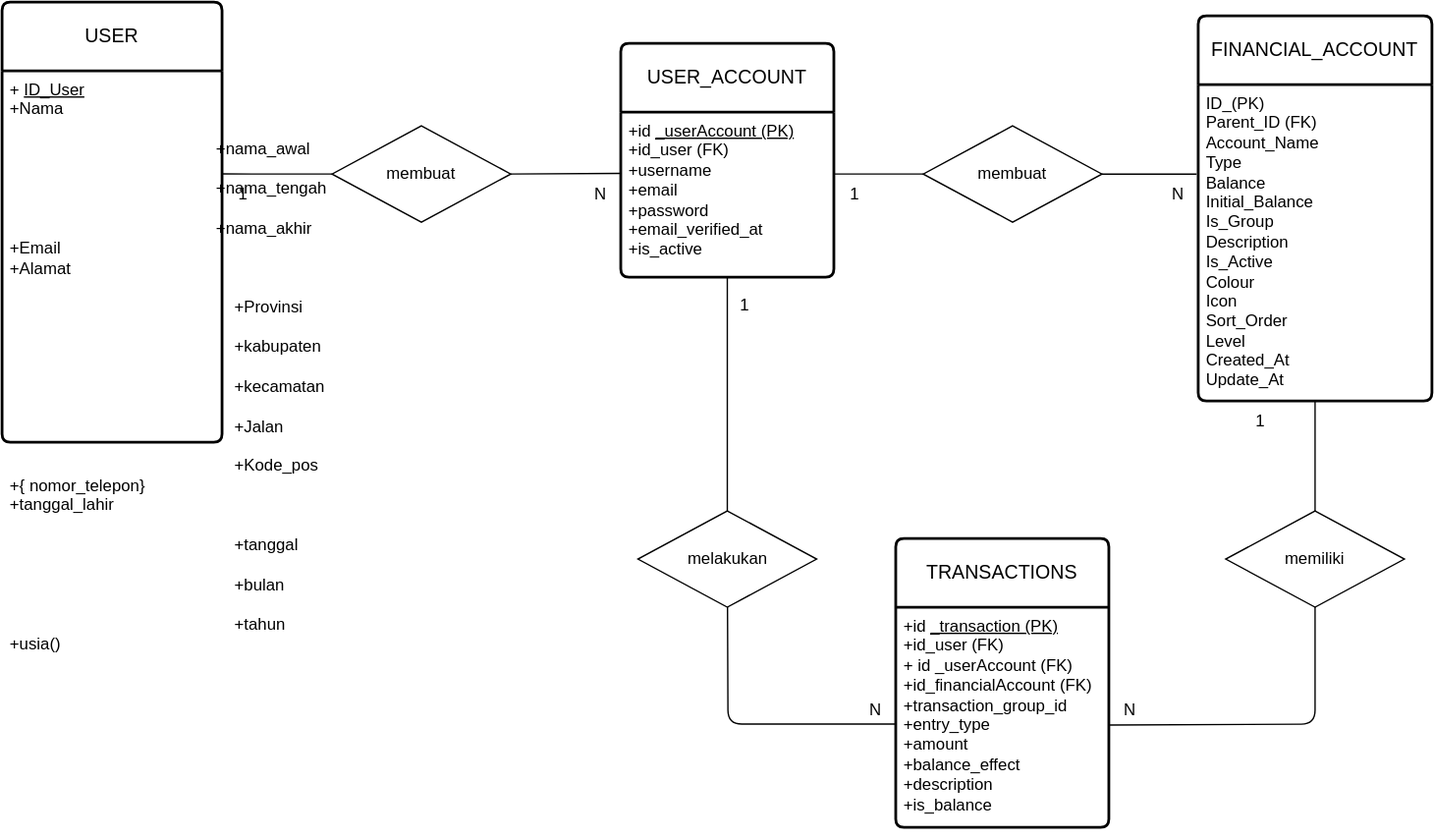
Earlier version of the draw.io export docs/erd.drawio.svg (ardiansyah-sweng/duweet). Source tidied: cells renumbered, new cells last; positions are measured from the earlier drawing's top-left corner, leaving out a move shared by most shapes.
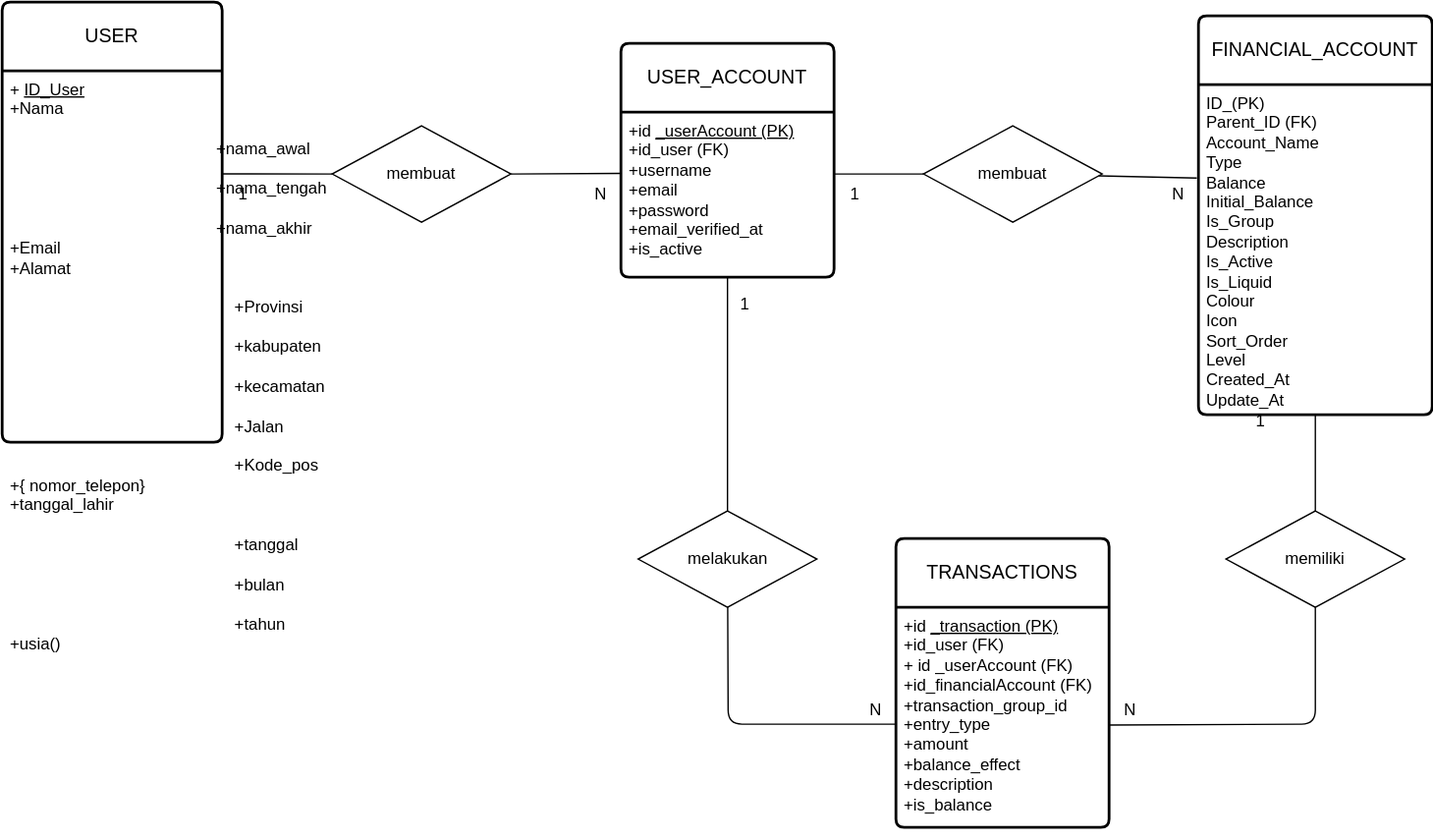
After the change.

Diff of the diagram source:
```diff
@@ -44,10 +44,10 @@
       <mxGeometry relative="1" as="geometry" />
     </mxCell>
     <mxCell id="15" value="FINANCIAL_ACCOUNT" style="swimlane;horizontal=1;startSize=50;rounded=1;fontSize=14;fontStyle=0;strokeWidth=2;shadow=0;dashed=0;align=center;arcSize=4;whiteSpace=wrap;html=1;" parent="1" vertex="1">
-      <mxGeometry x="870" y="10" width="170" height="280" as="geometry" />
+      <mxGeometry x="870" y="10" width="170" height="290" as="geometry" />
     </mxCell>
-    <mxCell id="16" value="&lt;div style=&quot;scrollbar-color: light-dark(#e2e2e2, #4b4b4b)&lt;br/&gt;&#9;&#9;&#9;&#9;&#9;light-dark(#fbfbfb, var(--dark-panel-color));&quot;&gt;&lt;font style=&quot;color: rgb(0, 0, 0);&quot;&gt;ID_(PK)&lt;/font&gt;&lt;/div&gt;&lt;div style=&quot;scrollbar-color: light-dark(#e2e2e2, #4b4b4b)&lt;br/&gt;&#9;&#9;&#9;&#9;&#9;light-dark(#fbfbfb, var(--dark-panel-color));&quot;&gt;&lt;font style=&quot;color: rgb(0, 0, 0);&quot;&gt;Parent_ID (FK)&lt;/font&gt;&lt;/div&gt;&lt;div style=&quot;scrollbar-color: light-dark(#e2e2e2, #4b4b4b)&lt;br/&gt;&#9;&#9;&#9;&#9;&#9;light-dark(#fbfbfb, var(--dark-panel-color));&quot;&gt;&lt;font style=&quot;color: rgb(0, 0, 0);&quot;&gt;Account_Name&lt;/font&gt;&lt;/div&gt;&lt;div style=&quot;scrollbar-color: light-dark(#e2e2e2, #4b4b4b)&lt;br/&gt;&#9;&#9;&#9;&#9;&#9;light-dark(#fbfbfb, var(--dark-panel-color));&quot;&gt;&lt;font style=&quot;color: rgb(0, 0, 0);&quot;&gt;Type&lt;/font&gt;&lt;/div&gt;&lt;div style=&quot;scrollbar-color: light-dark(#e2e2e2, #4b4b4b)&lt;br/&gt;&#9;&#9;&#9;&#9;&#9;light-dark(#fbfbfb, var(--dark-panel-color));&quot;&gt;&lt;font style=&quot;color: rgb(0, 0, 0);&quot;&gt;Balance&lt;/font&gt;&lt;/div&gt;&lt;div style=&quot;scrollbar-color: light-dark(#e2e2e2, #4b4b4b)&lt;br/&gt;&#9;&#9;&#9;&#9;&#9;light-dark(#fbfbfb, var(--dark-panel-color));&quot;&gt;&lt;font style=&quot;color: rgb(0, 0, 0);&quot;&gt;Initial_Balance&lt;/font&gt;&lt;/div&gt;&lt;div style=&quot;scrollbar-color: light-dark(#e2e2e2, #4b4b4b)&lt;br/&gt;&#9;&#9;&#9;&#9;&#9;light-dark(#fbfbfb, var(--dark-panel-color));&quot;&gt;&lt;font style=&quot;color: rgb(0, 0, 0);&quot;&gt;Is_Group&lt;/font&gt;&lt;/div&gt;&lt;div style=&quot;scrollbar-color: light-dark(#e2e2e2, #4b4b4b)&lt;br/&gt;&#9;&#9;&#9;&#9;&#9;light-dark(#fbfbfb, var(--dark-panel-color));&quot;&gt;&lt;font style=&quot;color: rgb(0, 0, 0);&quot;&gt;Description&lt;/font&gt;&lt;/div&gt;&lt;div style=&quot;scrollbar-color: light-dark(#e2e2e2, #4b4b4b)&lt;br/&gt;&#9;&#9;&#9;&#9;&#9;light-dark(#fbfbfb, var(--dark-panel-color));&quot;&gt;&lt;font style=&quot;color: rgb(0, 0, 0);&quot;&gt;Is_Active&lt;/font&gt;&lt;/div&gt;&lt;div style=&quot;scrollbar-color: light-dark(#e2e2e2, #4b4b4b)&lt;br/&gt;&#9;&#9;&#9;&#9;&#9;light-dark(#fbfbfb, var(--dark-panel-color));&quot;&gt;&lt;font style=&quot;color: rgb(0, 0, 0);&quot;&gt;Colour&lt;/font&gt;&lt;/div&gt;&lt;div style=&quot;scrollbar-color: light-dark(#e2e2e2, #4b4b4b)&lt;br/&gt;&#9;&#9;&#9;&#9;&#9;light-dark(#fbfbfb, var(--dark-panel-color));&quot;&gt;&lt;font style=&quot;color: rgb(0, 0, 0);&quot;&gt;Icon&lt;/font&gt;&lt;/div&gt;&lt;div style=&quot;scrollbar-color: light-dark(#e2e2e2, #4b4b4b)&lt;br/&gt;&#9;&#9;&#9;&#9;&#9;light-dark(#fbfbfb, var(--dark-panel-color));&quot;&gt;&lt;font style=&quot;color: rgb(0, 0, 0);&quot;&gt;Sort_Order&lt;/font&gt;&lt;/div&gt;&lt;div style=&quot;scrollbar-color: light-dark(#e2e2e2, #4b4b4b)&lt;br/&gt;&#9;&#9;&#9;&#9;&#9;light-dark(#fbfbfb, var(--dark-panel-color));&quot;&gt;&lt;font style=&quot;color: rgb(0, 0, 0);&quot;&gt;Level&lt;/font&gt;&lt;/div&gt;&lt;div style=&quot;scrollbar-color: light-dark(#e2e2e2, #4b4b4b)&lt;br/&gt;&#9;&#9;&#9;&#9;&#9;light-dark(#fbfbfb, var(--dark-panel-color));&quot;&gt;&lt;font style=&quot;color: rgb(0, 0, 0);&quot;&gt;Created_At&lt;/font&gt;&lt;/div&gt;&lt;div style=&quot;scrollbar-color: light-dark(#e2e2e2, #4b4b4b)&lt;br/&gt;&#9;&#9;&#9;&#9;&#9;light-dark(#fbfbfb, var(--dark-panel-color));&quot;&gt;&lt;font style=&quot;color: rgb(0, 0, 0);&quot;&gt;Update_At&lt;/font&gt;&lt;/div&gt;" style="align=left;strokeColor=none;fillColor=none;spacingLeft=4;fontSize=12;verticalAlign=top;html=1;" parent="15" vertex="1">
-      <mxGeometry y="50" width="170" height="230" as="geometry" />
+    <mxCell id="16" value="&lt;div style=&quot;scrollbar-color: light-dark(#e2e2e2, #4b4b4b)&amp;lt;br/&amp;gt;&#9;&#9;&#9;&#9;&#9;light-dark(#fbfbfb, var(--dark-panel-color));&quot;&gt;&lt;font style=&quot;color: rgb(0, 0, 0);&quot;&gt;ID_(PK)&lt;/font&gt;&lt;/div&gt;&lt;div style=&quot;scrollbar-color: light-dark(#e2e2e2, #4b4b4b)&amp;lt;br/&amp;gt;&#9;&#9;&#9;&#9;&#9;light-dark(#fbfbfb, var(--dark-panel-color));&quot;&gt;&lt;font style=&quot;color: rgb(0, 0, 0);&quot;&gt;Parent_ID (FK)&lt;/font&gt;&lt;/div&gt;&lt;div style=&quot;scrollbar-color: light-dark(#e2e2e2, #4b4b4b)&amp;lt;br/&amp;gt;&#9;&#9;&#9;&#9;&#9;light-dark(#fbfbfb, var(--dark-panel-color));&quot;&gt;&lt;font style=&quot;color: rgb(0, 0, 0);&quot;&gt;Account_Name&lt;/font&gt;&lt;/div&gt;&lt;div style=&quot;scrollbar-color: light-dark(#e2e2e2, #4b4b4b)&amp;lt;br/&amp;gt;&#9;&#9;&#9;&#9;&#9;light-dark(#fbfbfb, var(--dark-panel-color));&quot;&gt;&lt;font style=&quot;color: rgb(0, 0, 0);&quot;&gt;Type&lt;/font&gt;&lt;/div&gt;&lt;div style=&quot;scrollbar-color: light-dark(#e2e2e2, #4b4b4b)&amp;lt;br/&amp;gt;&#9;&#9;&#9;&#9;&#9;light-dark(#fbfbfb, var(--dark-panel-color));&quot;&gt;&lt;font style=&quot;color: rgb(0, 0, 0);&quot;&gt;Balance&lt;/font&gt;&lt;/div&gt;&lt;div style=&quot;scrollbar-color: light-dark(#e2e2e2, #4b4b4b)&amp;lt;br/&amp;gt;&#9;&#9;&#9;&#9;&#9;light-dark(#fbfbfb, var(--dark-panel-color));&quot;&gt;&lt;font style=&quot;color: rgb(0, 0, 0);&quot;&gt;Initial_Balance&lt;/font&gt;&lt;/div&gt;&lt;div style=&quot;scrollbar-color: light-dark(#e2e2e2, #4b4b4b)&amp;lt;br/&amp;gt;&#9;&#9;&#9;&#9;&#9;light-dark(#fbfbfb, var(--dark-panel-color));&quot;&gt;&lt;font style=&quot;color: rgb(0, 0, 0);&quot;&gt;Is_Group&lt;/font&gt;&lt;/div&gt;&lt;div style=&quot;scrollbar-color: light-dark(#e2e2e2, #4b4b4b)&amp;lt;br/&amp;gt;&#9;&#9;&#9;&#9;&#9;light-dark(#fbfbfb, var(--dark-panel-color));&quot;&gt;&lt;font style=&quot;color: rgb(0, 0, 0);&quot;&gt;Description&lt;/font&gt;&lt;/div&gt;&lt;div style=&quot;scrollbar-color: light-dark(#e2e2e2, #4b4b4b)&amp;lt;br/&amp;gt;&#9;&#9;&#9;&#9;&#9;light-dark(#fbfbfb, var(--dark-panel-color));&quot;&gt;&lt;font style=&quot;color: rgb(0, 0, 0);&quot;&gt;Is_Active&lt;/font&gt;&lt;/div&gt;&lt;div style=&quot;scrollbar-color: light-dark(#e2e2e2, #4b4b4b)&amp;lt;br/&amp;gt;&#9;&#9;&#9;&#9;&#9;light-dark(#fbfbfb, var(--dark-panel-color));&quot;&gt;&lt;font style=&quot;color: rgb(0, 0, 0);&quot;&gt;Is_Liquid&lt;/font&gt;&lt;/div&gt;&lt;div style=&quot;scrollbar-color: light-dark(#e2e2e2, #4b4b4b)&amp;lt;br/&amp;gt;&#9;&#9;&#9;&#9;&#9;light-dark(#fbfbfb, var(--dark-panel-color));&quot;&gt;&lt;font style=&quot;color: rgb(0, 0, 0);&quot;&gt;Colour&lt;/font&gt;&lt;/div&gt;&lt;div style=&quot;scrollbar-color: light-dark(#e2e2e2, #4b4b4b)&amp;lt;br/&amp;gt;&#9;&#9;&#9;&#9;&#9;light-dark(#fbfbfb, var(--dark-panel-color));&quot;&gt;&lt;font style=&quot;color: rgb(0, 0, 0);&quot;&gt;Icon&lt;/font&gt;&lt;/div&gt;&lt;div style=&quot;scrollbar-color: light-dark(#e2e2e2, #4b4b4b)&amp;lt;br/&amp;gt;&#9;&#9;&#9;&#9;&#9;light-dark(#fbfbfb, var(--dark-panel-color));&quot;&gt;&lt;font style=&quot;color: rgb(0, 0, 0);&quot;&gt;Sort_Order&lt;/font&gt;&lt;/div&gt;&lt;div style=&quot;scrollbar-color: light-dark(#e2e2e2, #4b4b4b)&amp;lt;br/&amp;gt;&#9;&#9;&#9;&#9;&#9;light-dark(#fbfbfb, var(--dark-panel-color));&quot;&gt;&lt;font style=&quot;color: rgb(0, 0, 0);&quot;&gt;Level&lt;/font&gt;&lt;/div&gt;&lt;div style=&quot;scrollbar-color: light-dark(#e2e2e2, #4b4b4b)&amp;lt;br/&amp;gt;&#9;&#9;&#9;&#9;&#9;light-dark(#fbfbfb, var(--dark-panel-color));&quot;&gt;&lt;font style=&quot;color: rgb(0, 0, 0);&quot;&gt;Created_At&lt;/font&gt;&lt;/div&gt;&lt;div style=&quot;scrollbar-color: light-dark(#e2e2e2, #4b4b4b)&amp;lt;br/&amp;gt;&#9;&#9;&#9;&#9;&#9;light-dark(#fbfbfb, var(--dark-panel-color));&quot;&gt;&lt;font style=&quot;color: rgb(0, 0, 0);&quot;&gt;Update_At&lt;/font&gt;&lt;/div&gt;" style="align=left;strokeColor=none;fillColor=none;spacingLeft=4;fontSize=12;verticalAlign=top;html=1;" parent="15" vertex="1">
+      <mxGeometry y="50" width="170" height="240" as="geometry" />
     </mxCell>
     <mxCell id="17" style="edgeStyle=none;html=1;exitX=0.5;exitY=1;exitDx=0;exitDy=0;" parent="15" edge="1" source="15" target="16">
       <mxGeometry relative="1" as="geometry" />
```
